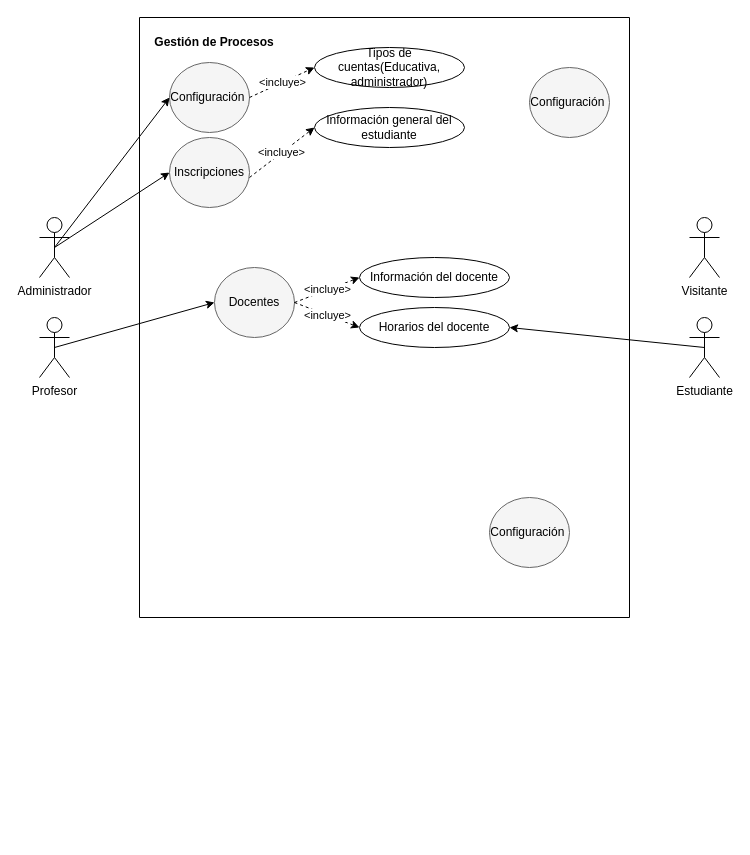
The draw.io diagram Diagrama sin título.drawio in ElJoesPro/consulta_json, before the edit. Source tidied: cells renumbered, new cells numbered last; positions are measured from the earlier drawing's top-left corner, leaving out a move shared by most shapes. Both pictures are drawn from the tidied source at 100%, with x=0, y=0 at pixel (39, 17).
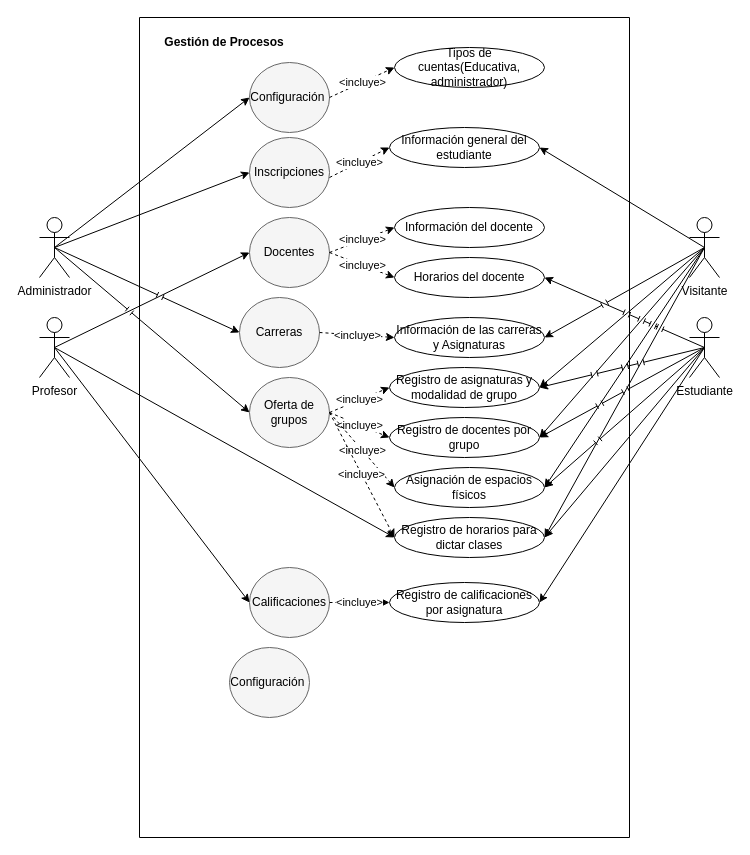
The same diagram, later.

Unchanged cells that the change refers to:
```xml
<mxCell id="22" value="Administrador" style="shape=umlActor;verticalLabelPosition=bottom;verticalAlign=top;html=1;outlineConnect=0;" parent="1" vertex="1">
  <mxGeometry y="200" width="30" height="60" as="geometry" />
</mxCell>
<mxCell id="23" value="Profesor" style="shape=umlActor;verticalLabelPosition=bottom;verticalAlign=top;html=1;outlineConnect=0;" parent="1" vertex="1">
  <mxGeometry y="300" width="30" height="60" as="geometry" />
</mxCell>
<mxCell id="24" value="Visitante" style="shape=umlActor;verticalLabelPosition=bottom;verticalAlign=top;html=1;outlineConnect=0;" parent="1" vertex="1">
  <mxGeometry x="650" y="200" width="30" height="60" as="geometry" />
</mxCell>
<mxCell id="25" value="Estudiante" style="shape=umlActor;verticalLabelPosition=bottom;verticalAlign=top;html=1;outlineConnect=0;" parent="1" vertex="1">
  <mxGeometry x="650" y="300" width="30" height="60" as="geometry" />
</mxCell>
```

What changed in the source:
```diff
@@
     <mxCell id="2" style="swimlane;startSize=0;" parent="1" vertex="1">
-      <mxGeometry x="100" width="490" height="600" as="geometry" />
+      <mxGeometry x="100" width="490" height="820" as="geometry" />
     </mxCell>
     <mxCell id="3" style="ellipse;whiteSpace=wrap;html=1;fillColor=#f5f5f5;fontColor=#333333;strokeColor=#666666;" parent="2" vertex="1">
-      <mxGeometry x="30" y="45" width="80" height="70" as="geometry" />
+      <mxGeometry x="110" y="45" width="80" height="70" as="geometry" />
     </mxCell>
     <mxCell id="4" value="Configuración&amp;nbsp;" style="text;html=1;strokeColor=none;fillColor=none;align=center;verticalAlign=middle;whiteSpace=wrap;rounded=0;" parent="2" vertex="1">
-      <mxGeometry x="40" y="65" width="60" height="30" as="geometry" />
+      <mxGeometry x="120" y="65" width="60" height="30" as="geometry" />
     </mxCell>
     <mxCell id="5" value="Tipos de cuentas(Educativa, administrador)" style="ellipse;whiteSpace=wrap;html=1;" parent="2" vertex="1">
-      <mxGeometry x="175" y="30" width="150" height="40" as="geometry" />
+      <mxGeometry x="255" y="30" width="150" height="40" as="geometry" />
     </mxCell>
@@
     <mxCell id="7" style="ellipse;whiteSpace=wrap;html=1;fillColor=#f5f5f5;fontColor=#333333;strokeColor=#666666;" parent="2" vertex="1">
-      <mxGeometry x="30" y="120" width="80" height="70" as="geometry" />
+      <mxGeometry x="110" y="120" width="80" height="70" as="geometry" />
     </mxCell>
     <mxCell id="8" value="Inscripciones" style="text;html=1;strokeColor=none;fillColor=none;align=center;verticalAlign=middle;whiteSpace=wrap;rounded=0;" parent="2" vertex="1">
-      <mxGeometry x="40" y="140" width="60" height="30" as="geometry" />
+      <mxGeometry x="120" y="140" width="60" height="30" as="geometry" />
     </mxCell>
     <mxCell id="9" style="ellipse;whiteSpace=wrap;html=1;fillColor=#f5f5f5;fontColor=#333333;strokeColor=#666666;" parent="2" vertex="1">
-      <mxGeometry x="390" y="50" width="80" height="70" as="geometry" />
+      <mxGeometry x="100" y="280" width="80" height="70" as="geometry" />
     </mxCell>
-    <mxCell id="10" value="Configuración&amp;nbsp;" style="text;html=1;strokeColor=none;fillColor=none;align=center;verticalAlign=middle;whiteSpace=wrap;rounded=0;" parent="2" vertex="1">
-      <mxGeometry x="400" y="70" width="60" height="30" as="geometry" />
+    <mxCell id="10" value="Carreras" style="text;html=1;strokeColor=none;fillColor=none;align=center;verticalAlign=middle;whiteSpace=wrap;rounded=0;" parent="2" vertex="1">
+      <mxGeometry x="110" y="300" width="60" height="30" as="geometry" />
     </mxCell>
-    <mxCell id="11" style="ellipse;whiteSpace=wrap;html=1;fillColor=#f5f5f5;fontColor=#333333;strokeColor=#666666;" parent="2" vertex="1">
-      <mxGeometry x="350" y="480" width="80" height="70" as="geometry" />
-    </mxCell>
-    <mxCell id="12" value="Configuración&amp;nbsp;" style="text;html=1;strokeColor=none;fillColor=none;align=center;verticalAlign=middle;whiteSpace=wrap;rounded=0;" parent="2" vertex="1">
-      <mxGeometry x="360" y="500" width="60" height="30" as="geometry" />
-    </mxCell>
     <mxCell id="13" style="ellipse;whiteSpace=wrap;html=1;fillColor=#f5f5f5;fontColor=#333333;strokeColor=#666666;" parent="2" vertex="1">
-      <mxGeometry x="75" y="250" width="80" height="70" as="geometry" />
+      <mxGeometry x="110" y="200" width="80" height="70" as="geometry" />
     </mxCell>
     <mxCell id="14" value="Docentes" style="text;html=1;strokeColor=none;fillColor=none;align=center;verticalAlign=middle;whiteSpace=wrap;rounded=0;" parent="2" vertex="1">
-      <mxGeometry x="85" y="270" width="60" height="30" as="geometry" />
+      <mxGeometry x="120" y="220" width="60" height="30" as="geometry" />
     </mxCell>
     <mxCell id="15" value="Información general del estudiante" style="ellipse;whiteSpace=wrap;html=1;" parent="2" vertex="1">
-      <mxGeometry x="175" y="90" width="150" height="40" as="geometry" />
+      <mxGeometry x="250" y="110" width="150" height="40" as="geometry" />
     </mxCell>
     <mxCell id="16" value="&amp;lt;incluye&amp;gt;" style="endArrow=classic;html=1;rounded=0;jumpStyle=line;horizontal=1;dashed=1;exitX=1;exitY=0.5;exitDx=0;exitDy=0;entryX=0;entryY=0.5;entryDx=0;entryDy=0;" parent="2" edge="1" target="15">
       <mxGeometry relative="1" as="geometry">
-        <mxPoint x="110" y="160" as="sourcePoint" />
+        <mxPoint x="190" y="160" as="sourcePoint" />
       </mxGeometry>
     </mxCell>
     <mxCell id="17" value="Información del docente" style="ellipse;whiteSpace=wrap;html=1;" parent="2" vertex="1">
-      <mxGeometry x="220" y="240" width="150" height="40" as="geometry" />
+      <mxGeometry x="255" y="190" width="150" height="40" as="geometry" />
     </mxCell>
@@
     <mxCell id="19" value="Horarios del docente" style="ellipse;whiteSpace=wrap;html=1;" parent="2" vertex="1">
-      <mxGeometry x="220" y="290" width="150" height="40" as="geometry" />
+      <mxGeometry x="255" y="240" width="150" height="40" as="geometry" />
     </mxCell>
@@
+    <mxCell id="30" value="Información de las carreras&lt;br&gt;y Asignaturas" style="ellipse;whiteSpace=wrap;html=1;" parent="2" vertex="1">
+      <mxGeometry x="255" y="300" width="150" height="40" as="geometry" />
+    </mxCell>
+    <mxCell id="31" value="&amp;lt;incluye&amp;gt;" style="endArrow=classic;html=1;rounded=0;jumpStyle=line;horizontal=1;dashed=1;exitX=1;exitY=0.5;exitDx=0;exitDy=0;entryX=0;entryY=0.5;entryDx=0;entryDy=0;" parent="2" edge="1" source="9" target="30">
+      <mxGeometry relative="1" as="geometry" />
+    </mxCell>
+    <mxCell id="32" style="ellipse;whiteSpace=wrap;html=1;fillColor=#f5f5f5;fontColor=#333333;strokeColor=#666666;" parent="2" vertex="1">
+      <mxGeometry x="110" y="360" width="80" height="70" as="geometry" />
+    </mxCell>
+    <mxCell id="33" value="Oferta de grupos" style="text;html=1;strokeColor=none;fillColor=none;align=center;verticalAlign=middle;whiteSpace=wrap;rounded=0;" parent="2" vertex="1">
+      <mxGeometry x="120" y="380" width="60" height="30" as="geometry" />
+    </mxCell>
+    <mxCell id="34" value="Registro de asignaturas y modalidad de grupo" style="ellipse;whiteSpace=wrap;html=1;" parent="2" vertex="1">
+      <mxGeometry x="250" y="350" width="150" height="40" as="geometry" />
+    </mxCell>
+    <mxCell id="35" value="&amp;lt;incluye&amp;gt;" style="endArrow=classic;html=1;rounded=0;jumpStyle=line;horizontal=1;dashed=1;exitX=1;exitY=0.5;exitDx=0;exitDy=0;entryX=0;entryY=0.5;entryDx=0;entryDy=0;" parent="2" edge="1" source="32" target="34">
+      <mxGeometry relative="1" as="geometry" />
+    </mxCell>
+    <mxCell id="36" value="Registro de docentes por grupo" style="ellipse;whiteSpace=wrap;html=1;" parent="2" vertex="1">
+      <mxGeometry x="250" y="400" width="150" height="40" as="geometry" />
+    </mxCell>
+    <mxCell id="37" value="&amp;lt;incluye&amp;gt;" style="endArrow=classic;html=1;rounded=0;jumpStyle=line;horizontal=1;dashed=1;exitX=1;exitY=0.5;exitDx=0;exitDy=0;entryX=0;entryY=0.5;entryDx=0;entryDy=0;" parent="2" edge="1" source="32" target="36">
+      <mxGeometry relative="1" as="geometry" />
+    </mxCell>
+    <mxCell id="38" value="Asignación de espacios físicos" style="ellipse;whiteSpace=wrap;html=1;" parent="2" vertex="1">
+      <mxGeometry x="255" y="450" width="150" height="40" as="geometry" />
+    </mxCell>
+    <mxCell id="39" value="&amp;lt;incluye&amp;gt;" style="endArrow=classic;html=1;rounded=0;jumpStyle=line;horizontal=1;dashed=1;entryX=0;entryY=0.5;entryDx=0;entryDy=0;exitX=1;exitY=0.5;exitDx=0;exitDy=0;" parent="2" edge="1" source="32" target="38">
+      <mxGeometry relative="1" as="geometry" />
+    </mxCell>
+    <mxCell id="40" value="Registro de horarios para dictar clases" style="ellipse;whiteSpace=wrap;html=1;" parent="2" vertex="1">
+      <mxGeometry x="255" y="500" width="150" height="40" as="geometry" />
+    </mxCell>
+    <mxCell id="41" value="&amp;lt;incluye&amp;gt;" style="endArrow=classic;html=1;rounded=0;jumpStyle=line;horizontal=1;dashed=1;exitX=1;exitY=0.5;exitDx=0;exitDy=0;entryX=0;entryY=0.5;entryDx=0;entryDy=0;" parent="2" edge="1" source="32" target="40">
+      <mxGeometry relative="1" as="geometry" />
+    </mxCell>
     <mxCell id="21" value="&lt;b&gt;Gestión de Procesos&lt;/b&gt;" style="text;html=1;strokeColor=none;fillColor=none;align=center;verticalAlign=middle;whiteSpace=wrap;rounded=0;" parent="2" vertex="1">
-      <mxGeometry x="10" y="10" width="130" height="30" as="geometry" />
+      <mxGeometry x="20" y="10" width="130" height="30" as="geometry" />
     </mxCell>
+    <mxCell id="11" style="ellipse;whiteSpace=wrap;html=1;fillColor=#f5f5f5;fontColor=#333333;strokeColor=#666666;" parent="2" vertex="1">
+      <mxGeometry x="90" y="630" width="80" height="70" as="geometry" />
+    </mxCell>
+    <mxCell id="12" value="Configuración&amp;nbsp;" style="text;html=1;strokeColor=none;fillColor=none;align=center;verticalAlign=middle;whiteSpace=wrap;rounded=0;" parent="2" vertex="1">
+      <mxGeometry x="100" y="650" width="60" height="30" as="geometry" />
+    </mxCell>
+    <mxCell id="42" style="ellipse;whiteSpace=wrap;html=1;fillColor=#f5f5f5;fontColor=#333333;strokeColor=#666666;" parent="2" vertex="1">
+      <mxGeometry x="110" y="550" width="80" height="70" as="geometry" />
+    </mxCell>
+    <mxCell id="43" value="Calificaciones" style="text;html=1;strokeColor=none;fillColor=none;align=center;verticalAlign=middle;whiteSpace=wrap;rounded=0;" parent="2" vertex="1">
+      <mxGeometry x="120" y="570" width="60" height="30" as="geometry" />
+    </mxCell>
+    <mxCell id="44" value="Registro de calificaciones por asignatura" style="ellipse;whiteSpace=wrap;html=1;" parent="2" vertex="1">
+      <mxGeometry x="250" y="565" width="150" height="40" as="geometry" />
+    </mxCell>
+    <mxCell id="45" value="&amp;lt;incluye&amp;gt;" style="endArrow=classic;html=1;rounded=0;jumpStyle=line;horizontal=1;dashed=1;exitX=1;exitY=0.5;exitDx=0;exitDy=0;entryX=0;entryY=0.5;entryDx=0;entryDy=0;" parent="2" edge="1" source="42" target="44">
+      <mxGeometry relative="1" as="geometry" />
+    </mxCell>
@@
+    <mxCell id="46" style="edgeStyle=none;rounded=0;jumpStyle=line;jettySize=auto;html=1;exitX=0.5;exitY=0.5;exitDx=0;exitDy=0;exitPerimeter=0;entryX=0;entryY=0.5;entryDx=0;entryDy=0;" parent="1" edge="1" source="23" target="40">
+      <mxGeometry relative="1" as="geometry" />
+    </mxCell>
+    <mxCell id="47" style="edgeStyle=none;rounded=0;jumpStyle=line;jettySize=auto;html=1;exitX=0.5;exitY=0.5;exitDx=0;exitDy=0;exitPerimeter=0;entryX=0;entryY=0.5;entryDx=0;entryDy=0;" parent="1" edge="1" source="23" target="42">
+      <mxGeometry relative="1" as="geometry" />
+    </mxCell>
@@
+    <mxCell id="48" style="edgeStyle=none;rounded=0;jumpStyle=line;jettySize=auto;html=1;exitX=0.5;exitY=0.5;exitDx=0;exitDy=0;exitPerimeter=0;entryX=1;entryY=0.5;entryDx=0;entryDy=0;" parent="1" edge="1" source="24" target="34">
+      <mxGeometry relative="1" as="geometry" />
+    </mxCell>
+    <mxCell id="49" style="edgeStyle=none;rounded=0;jumpStyle=line;jettySize=auto;html=1;exitX=0.5;exitY=0.5;exitDx=0;exitDy=0;exitPerimeter=0;entryX=1;entryY=0.5;entryDx=0;entryDy=0;" parent="1" edge="1" source="24" target="36">
+      <mxGeometry relative="1" as="geometry" />
+    </mxCell>
+    <mxCell id="50" style="edgeStyle=none;rounded=0;jumpStyle=line;jettySize=auto;html=1;exitX=0.5;exitY=0.5;exitDx=0;exitDy=0;exitPerimeter=0;entryX=1;entryY=0.5;entryDx=0;entryDy=0;" parent="1" edge="1" source="24" target="38">
+      <mxGeometry relative="1" as="geometry" />
+    </mxCell>
+    <mxCell id="51" style="edgeStyle=none;rounded=0;jumpStyle=line;jettySize=auto;html=1;exitX=0.5;exitY=0.5;exitDx=0;exitDy=0;exitPerimeter=0;entryX=1;entryY=0.5;entryDx=0;entryDy=0;" parent="1" edge="1" source="24" target="40">
+      <mxGeometry relative="1" as="geometry" />
+    </mxCell>
@@
+    <mxCell id="52" style="rounded=0;jumpStyle=line;jettySize=auto;html=1;exitX=0.5;exitY=0.5;exitDx=0;exitDy=0;exitPerimeter=0;entryX=1;entryY=0.5;entryDx=0;entryDy=0;" parent="1" edge="1" source="25" target="34">
+      <mxGeometry relative="1" as="geometry" />
+    </mxCell>
+    <mxCell id="53" style="edgeStyle=none;rounded=0;jumpStyle=line;jettySize=auto;html=1;exitX=0.5;exitY=0.5;exitDx=0;exitDy=0;exitPerimeter=0;entryX=1;entryY=0.5;entryDx=0;entryDy=0;" parent="1" edge="1" source="25" target="36">
+      <mxGeometry relative="1" as="geometry" />
+    </mxCell>
+    <mxCell id="54" style="edgeStyle=none;rounded=0;jumpStyle=line;jettySize=auto;html=1;exitX=0.5;exitY=0.5;exitDx=0;exitDy=0;exitPerimeter=0;entryX=1;entryY=0.5;entryDx=0;entryDy=0;" parent="1" edge="1" source="25" target="38">
+      <mxGeometry relative="1" as="geometry" />
+    </mxCell>
+    <mxCell id="55" style="edgeStyle=none;rounded=0;jumpStyle=line;jettySize=auto;html=1;exitX=0.5;exitY=0.5;exitDx=0;exitDy=0;exitPerimeter=0;entryX=1;entryY=0.5;entryDx=0;entryDy=0;" parent="1" edge="1" source="25" target="40">
+      <mxGeometry relative="1" as="geometry" />
+    </mxCell>
+    <mxCell id="56" style="edgeStyle=none;rounded=0;jumpStyle=line;jettySize=auto;html=1;exitX=0.5;exitY=0.5;exitDx=0;exitDy=0;exitPerimeter=0;entryX=1;entryY=0.5;entryDx=0;entryDy=0;" parent="1" edge="1" source="25" target="44">
+      <mxGeometry relative="1" as="geometry" />
+    </mxCell>
@@
+    <mxCell id="57" style="endArrow=classic;html=1;rounded=0;jumpStyle=line;entryX=1;entryY=0.5;entryDx=0;entryDy=0;exitX=0.5;exitY=0.5;exitDx=0;exitDy=0;exitPerimeter=0;" parent="1" edge="1" source="24" target="15">
+      <mxGeometry relative="1" as="geometry" />
+    </mxCell>
+    <mxCell id="58" style="endArrow=classic;html=1;rounded=0;jumpStyle=line;entryX=1;entryY=0.5;entryDx=0;entryDy=0;exitX=0.5;exitY=0.5;exitDx=0;exitDy=0;exitPerimeter=0;" parent="1" edge="1" source="24" target="30">
+      <mxGeometry relative="1" as="geometry" />
+    </mxCell>
+    <mxCell id="59" style="endArrow=classic;html=1;rounded=0;jumpStyle=line;exitX=0.5;exitY=0.5;exitDx=0;exitDy=0;exitPerimeter=0;entryX=0;entryY=0.5;entryDx=0;entryDy=0;" parent="1" edge="1" source="22" target="9">
+      <mxGeometry relative="1" as="geometry" />
+    </mxCell>
+    <mxCell id="60" style="endArrow=classic;html=1;rounded=0;jumpStyle=line;exitX=0.5;exitY=0.5;exitDx=0;exitDy=0;exitPerimeter=0;entryX=0;entryY=0.5;entryDx=0;entryDy=0;" parent="1" edge="1" source="22" target="32">
+      <mxGeometry relative="1" as="geometry" />
+    </mxCell>
```
